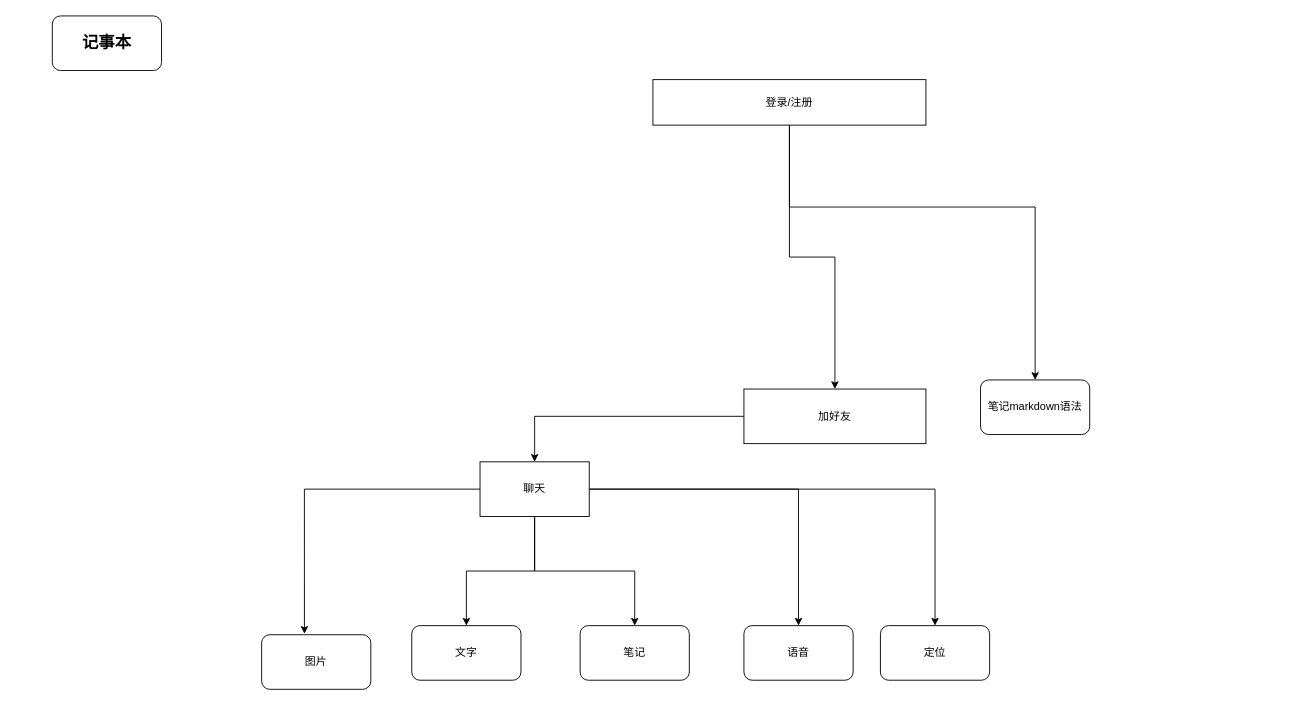
centosl/diagrams keeps this draw.io diagram as peachTickler.drawio. Above is the earlier version. Source tidied: cells renumbered, new cells numbered last; positions are measured from the earlier drawing's top-left corner, leaving out a move shared by most shapes. Both pictures are drawn from the tidied source at 91%, with x=0, y=0 at pixel (52, 15).
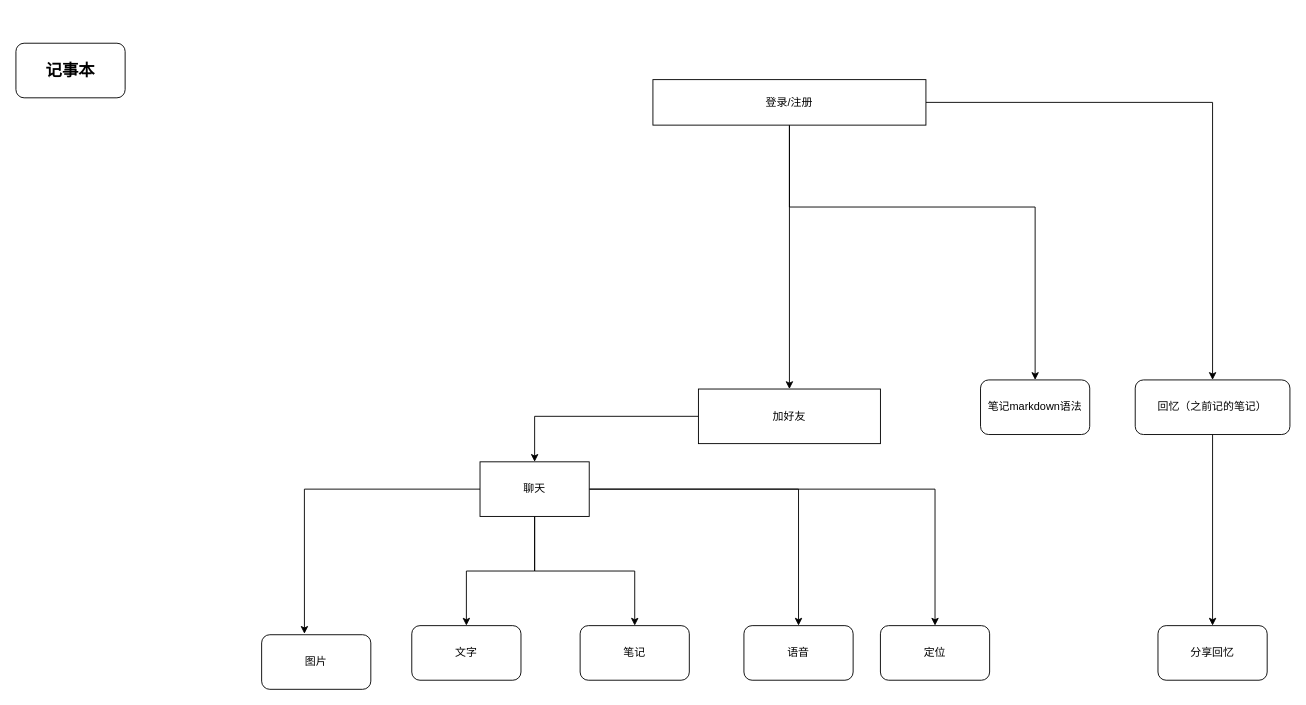
The same diagram, later.

Unchanged cells that the change refers to:
```xml
<mxCell id="4" value="登录/注册" style="rounded=0;whiteSpace=wrap;html=1;" parent="1" vertex="1">
  <mxGeometry x="660" y="70" width="300" height="50" as="geometry" />
</mxCell>
```

Change to the diagram source:
```diff
@@
+    <mxCell id="20" style="edgeStyle=orthogonalEdgeStyle;rounded=0;jettySize=auto;html=1;entryX=0.5;entryY=0;entryDx=0;entryDy=0;" parent="1" edge="1" source="4" target="22">
+      <mxGeometry relative="1" as="geometry" />
+    </mxCell>
@@
     <mxCell id="6" value="加好友" style="whiteSpace=wrap;html=1;rounded=0;" parent="1" vertex="1">
-      <mxGeometry x="760" y="410" width="200" height="60" as="geometry" />
+      <mxGeometry x="710" y="410" width="200" height="60" as="geometry" />
     </mxCell>
@@
     <mxCell id="19" value="&lt;b&gt;&lt;font style=&quot;font-size: 18px&quot;&gt;记事本&lt;/font&gt;&lt;/b&gt;" style="rounded=1;whiteSpace=wrap;html=1;" parent="1" vertex="1">
-      <mxGeometry width="120" height="60" as="geometry" />
+      <mxGeometry x="-40" y="30" width="120" height="60" as="geometry" />
     </mxCell>
+    <mxCell id="21" style="edgeStyle=orthogonalEdgeStyle;rounded=0;jettySize=auto;html=1;" parent="1" edge="1" source="22" target="23">
+      <mxGeometry relative="1" as="geometry" />
+    </mxCell>
+    <mxCell id="22" value="回忆（之前记的笔记）" style="rounded=1;whiteSpace=wrap;html=1;" parent="1" vertex="1">
+      <mxGeometry x="1190" y="400" width="170" height="60" as="geometry" />
+    </mxCell>
+    <mxCell id="23" value="分享回忆" style="rounded=1;whiteSpace=wrap;html=1;" parent="1" vertex="1">
+      <mxGeometry x="1215" y="670" width="120" height="60" as="geometry" />
+    </mxCell>
```
